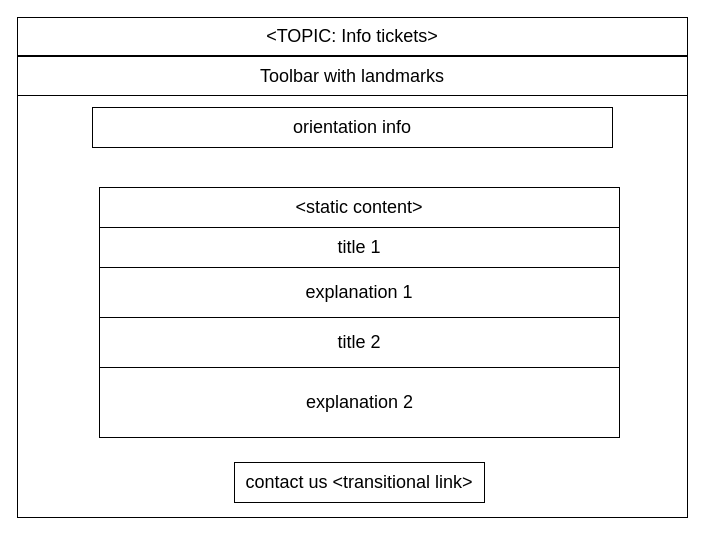
Above: other/documentation/frontend/DRAW IO desing/info tickets.drawio in LeonardoPanizzo/hypermedia2019 (draw.io), before the change. Source tidied: cells renumbered, new cells numbered last; positions are measured from the earlier drawing's top-left corner, leaving out a move shared by most shapes. Both pictures are drawn from the tidied source at 100%, with x=0, y=0 at pixel (17, 17).
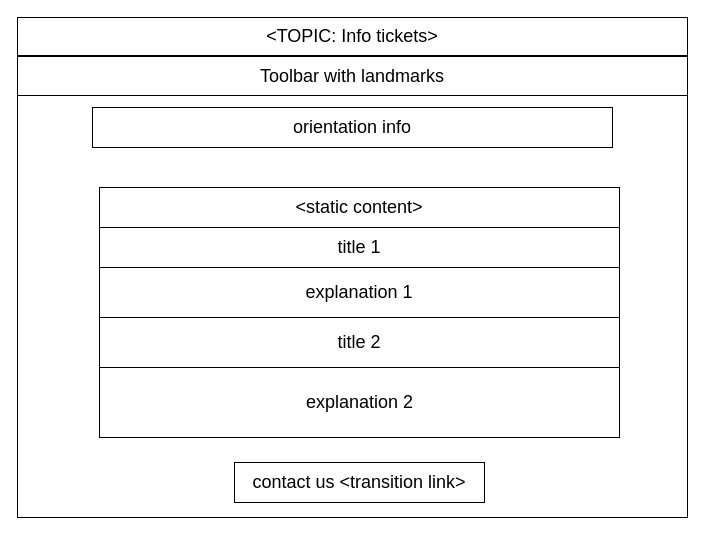
After the change.

Change to the diagram source:
```diff
@@
 <mxGraphModel>
   <root>
     <mxCell id="0" />
     <mxCell id="1" parent="0" />
     <mxCell id="2" style="rounded=0;whiteSpace=wrap;html=1;" parent="1" vertex="1">
       <mxGeometry width="670" height="500" as="geometry" />
     </mxCell>
     <mxCell id="3" value="&lt;div style=&quot;text-align: left ; font-size: 18px&quot;&gt;&lt;span&gt;&amp;lt;TOPIC: Info tickets&amp;gt;&lt;/span&gt;&lt;br&gt;&lt;/div&gt;" style="rounded=0;whiteSpace=wrap;html=1;fontSize=18;" parent="1" vertex="1">
       <mxGeometry width="670" height="38" as="geometry" />
     </mxCell>
     <mxCell id="4" value="Toolbar with landmarks" style="rounded=0;whiteSpace=wrap;html=1;fontSize=18;" parent="1" vertex="1">
       <mxGeometry y="39" width="670" height="39" as="geometry" />
     </mxCell>
     <mxCell id="5" value="title 1" style="rounded=0;whiteSpace=wrap;html=1;fontSize=18;" parent="1" vertex="1">
       <mxGeometry x="82" y="210" width="520" height="40" as="geometry" />
     </mxCell>
     <mxCell id="6" value="explanation 1" style="rounded=0;whiteSpace=wrap;html=1;fontSize=18;" parent="1" vertex="1">
       <mxGeometry x="82" y="250" width="520" height="50" as="geometry" />
     </mxCell>
     <mxCell id="7" value="title 2" style="rounded=0;whiteSpace=wrap;html=1;fontSize=18;" parent="1" vertex="1">
       <mxGeometry x="82" y="300" width="520" height="50" as="geometry" />
     </mxCell>
     <mxCell id="8" style="rounded=0;whiteSpace=wrap;html=1;fontSize=18;" parent="1" vertex="1">
       <mxGeometry x="82" y="350" width="520" height="70" as="geometry" />
     </mxCell>
     <mxCell id="9" value="&lt;font style=&quot;font-size: 18px&quot;&gt;explanation 2&lt;/font&gt;" style="text;html=1;strokeColor=none;fillColor=none;align=center;verticalAlign=middle;whiteSpace=wrap;rounded=0;" parent="1" vertex="1">
       <mxGeometry x="273.5" y="375" width="137" height="20" as="geometry" />
     </mxCell>
     <mxCell id="10" value="orientation info" style="rounded=0;whiteSpace=wrap;html=1;fontSize=18;" parent="1" vertex="1">
       <mxGeometry x="75" y="90" width="520" height="40" as="geometry" />
     </mxCell>
-    <mxCell id="11" value="&lt;font style=&quot;font-size: 18px&quot;&gt;contact us &amp;lt;transitional link&amp;gt;&lt;/font&gt;" style="text;html=1;strokeColor=#000000;fillColor=none;align=center;verticalAlign=middle;whiteSpace=wrap;rounded=0;" parent="1" vertex="1">
+    <mxCell id="11" value="&lt;font style=&quot;font-size: 18px&quot;&gt;contact us &amp;lt;transition link&amp;gt;&lt;/font&gt;" style="text;html=1;strokeColor=#000000;fillColor=none;align=center;verticalAlign=middle;whiteSpace=wrap;rounded=0;" parent="1" vertex="1">
       <mxGeometry x="217" y="445" width="250" height="40" as="geometry" />
     </mxCell>
     <mxCell id="12" value="&amp;lt;static content&amp;gt;" style="rounded=0;whiteSpace=wrap;html=1;fontSize=18;" parent="1" vertex="1">
       <mxGeometry x="82" y="170" width="520" height="40" as="geometry" />
     </mxCell>
   </root>
 </mxGraphModel>
```
